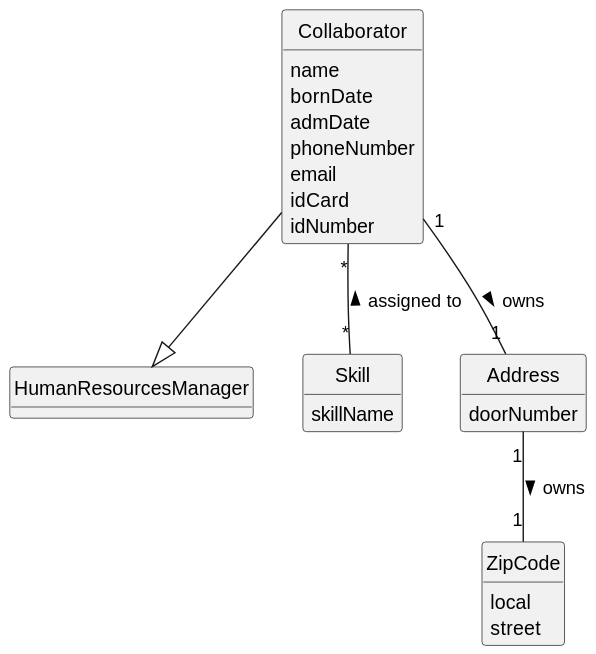
1231360-ISEP/lei-24-s2-1db-g021 keeps this PlantUML diagram as docs/sprint2/us004/02.analysis/svg/us004-domain-model.svg. Above is the earlier version.
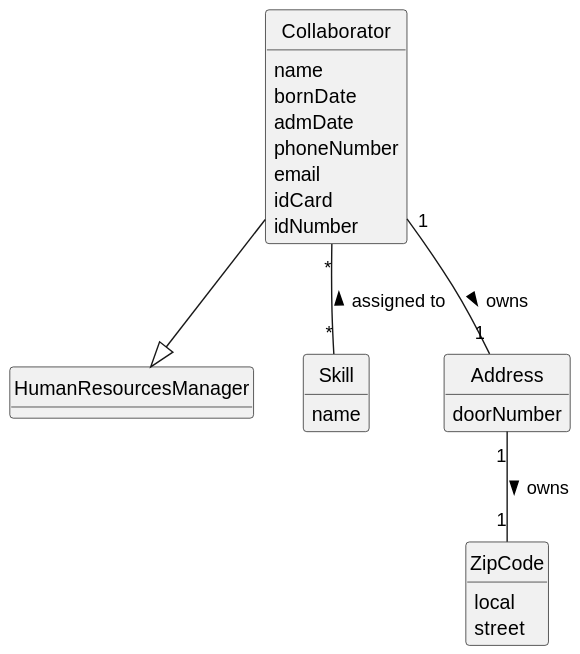
Above is the later version.

What changed in the source:
```diff
@@ -21,7 +21,7 @@
 }
 
 class Skill {
-    skillName
+    name
 }
 
 class Address {
```
